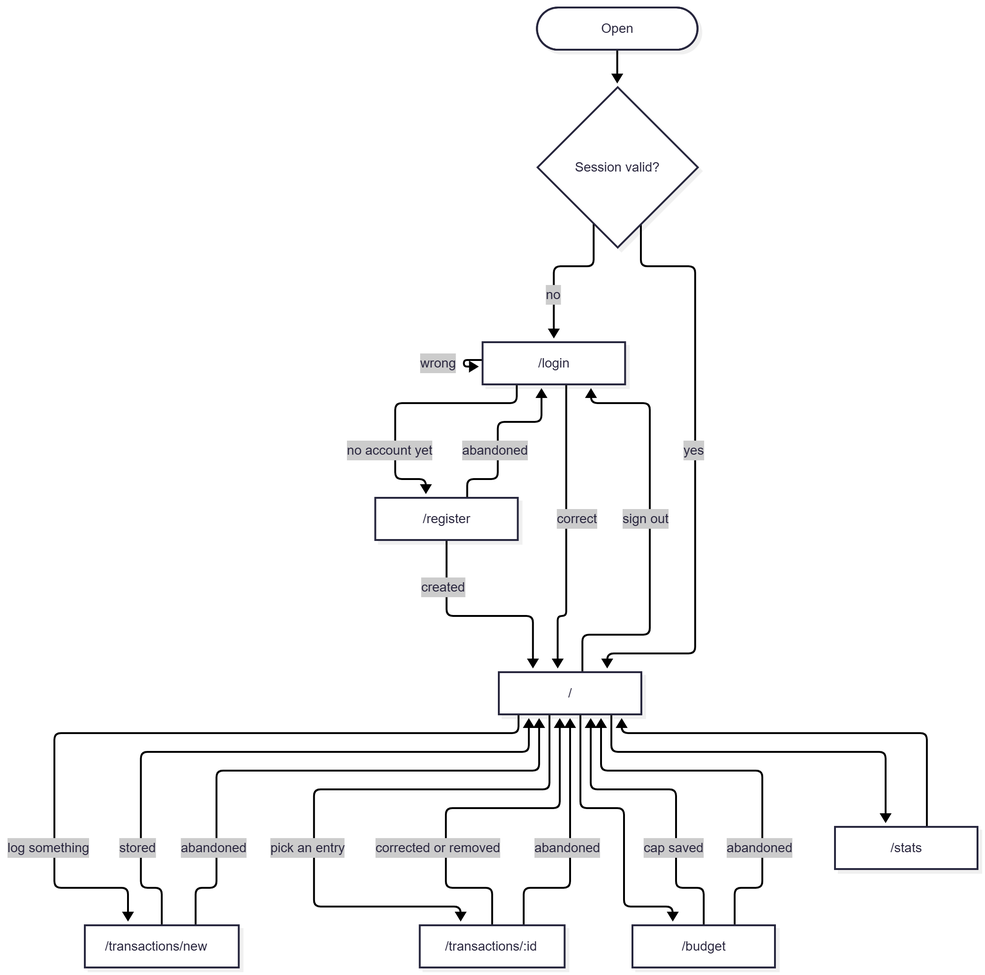
SE-FDA-NEU/G5_AI66A_SE keeps this Mermaid diagram as docs/images/flow.png. Above is the earlier version. Its source is kept beside it as docs/images/flow.mmd.
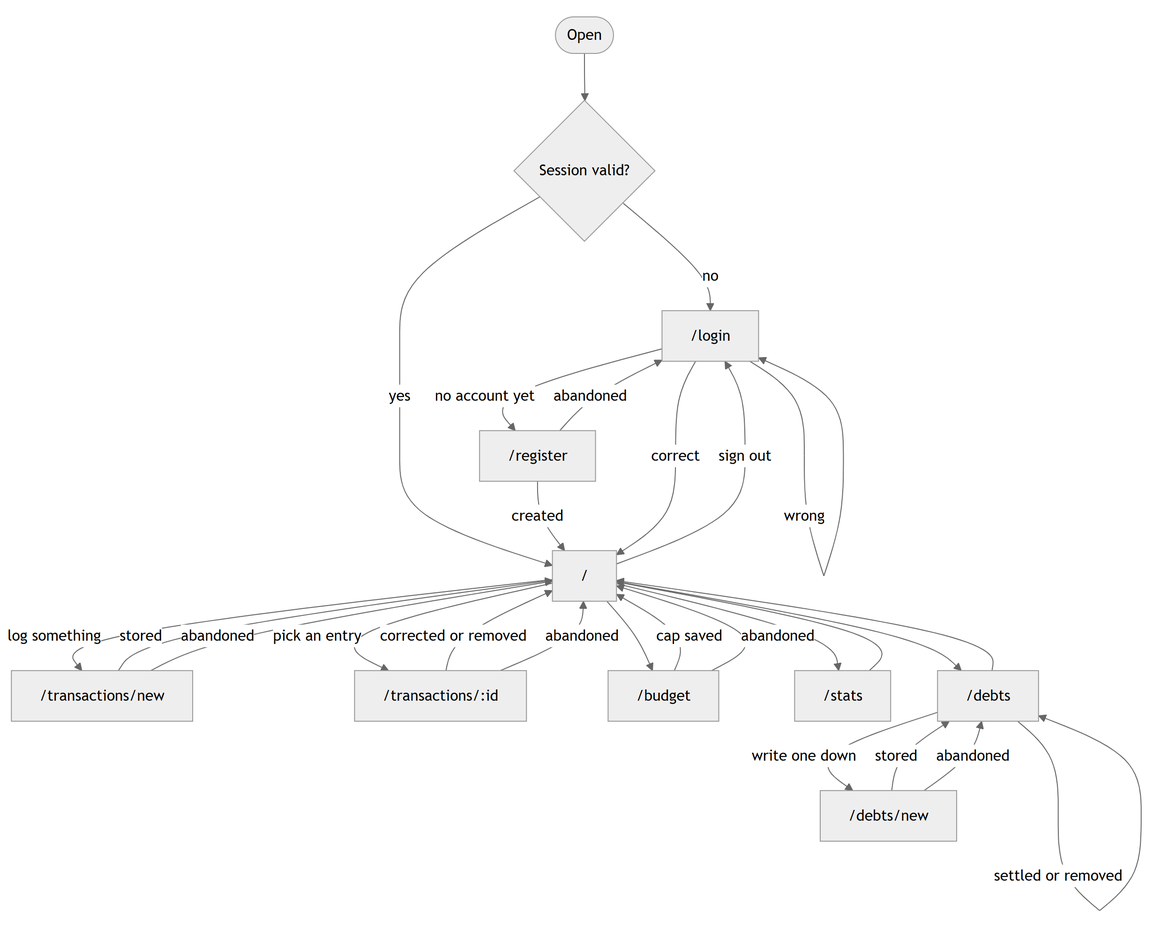
After the change.

Change to the diagram source:
```diff
@@ -26,4 +26,11 @@
     Home --> Stats["/stats"]
     Stats --> Home
 
+    Home --> Debts["/debts"]
+    Debts -- "write one down" --> DebtNew["/debts/new"]
+    DebtNew -- stored --> Debts
+    DebtNew -- abandoned --> Debts
+    Debts -- "settled or removed" --> Debts
+    Debts --> Home
+
     Home -- "sign out" --> Login
```
